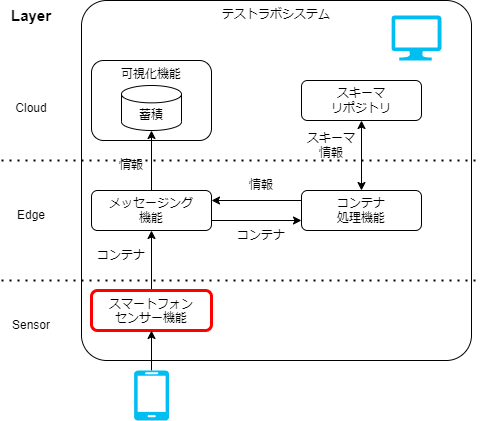
data-container-for-wearable-sensor/StartGuide keeps this draw.io diagram as docs/testlab_system/environment/overview_target8.drawio.png. Above is the earlier version. Source tidied: cells renumbered, new cells last; positions are measured from the earlier drawing's top-left corner, leaving out a move shared by most shapes. Its diagram source:
```xml
<mxGraphModel>
  <root>
    <mxCell id="0" />
    <mxCell id="1" parent="0" />
    <mxCell id="2" value="テストラボシステム" style="rounded=1;whiteSpace=wrap;html=1;fillColor=none;align=center;verticalAlign=top;arcSize=7;" parent="1" vertex="1">
      <mxGeometry x="80" width="390" height="360" as="geometry" />
    </mxCell>
    <mxCell id="3" style="edgeStyle=none;html=1;" parent="1" edge="1" source="4" target="6">
      <mxGeometry relative="1" as="geometry" />
    </mxCell>
    <mxCell id="4" value="&lt;span style=&quot;border-color: var(--border-color);&quot;&gt;スマートフォン&lt;/span&gt;&lt;br style=&quot;border-color: var(--border-color);&quot;&gt;&lt;span style=&quot;border-color: var(--border-color);&quot;&gt;センサー機能&lt;/span&gt;" style="rounded=1;whiteSpace=wrap;html=1;fillColor=none;verticalAlign=top;strokeColor=#FF0000;strokeWidth=3;" parent="1" vertex="1">
      <mxGeometry x="90" y="290" width="120" height="40" as="geometry" />
    </mxCell>
    <mxCell id="5" style="edgeStyle=none;html=1;" parent="1" edge="1" source="6" target="13">
      <mxGeometry relative="1" as="geometry" />
    </mxCell>
    <mxCell id="6" value="メッセージング&lt;br&gt;機能" style="rounded=1;whiteSpace=wrap;html=1;fillColor=none;" parent="1" vertex="1">
      <mxGeometry x="90" y="190" width="120" height="40" as="geometry" />
    </mxCell>
    <mxCell id="7" value="コンテナ&lt;br&gt;処理機能" style="rounded=1;whiteSpace=wrap;html=1;fillColor=none;" parent="1" vertex="1">
      <mxGeometry x="300" y="190" width="120" height="40" as="geometry" />
    </mxCell>
    <mxCell id="8" value="情報" style="text;html=1;strokeColor=none;fillColor=none;align=center;verticalAlign=middle;whiteSpace=wrap;rounded=0;" parent="1" vertex="1">
      <mxGeometry x="100" y="150" width="60" height="30" as="geometry" />
    </mxCell>
    <mxCell id="9" value="コンテナ" style="text;html=1;strokeColor=none;fillColor=none;align=center;verticalAlign=middle;whiteSpace=wrap;rounded=0;" parent="1" vertex="1">
      <mxGeometry x="90" y="240" width="60" height="30" as="geometry" />
    </mxCell>
    <mxCell id="10" style="endArrow=classic;html=1;exitX=1;exitY=0.75;exitDx=0;exitDy=0;entryX=0;entryY=0.75;entryDx=0;entryDy=0;" parent="1" edge="1" source="6" target="7">
      <mxGeometry relative="1" as="geometry" />
    </mxCell>
    <mxCell id="11" style="endArrow=classic;html=1;exitX=0;exitY=0.25;exitDx=0;exitDy=0;entryX=1;entryY=0.25;entryDx=0;entryDy=0;" parent="1" edge="1" source="7" target="6">
      <mxGeometry relative="1" as="geometry" />
    </mxCell>
    <mxCell id="12" value="スキーマ&lt;br&gt;リポジトリ" style="rounded=1;whiteSpace=wrap;html=1;fillColor=none;" parent="1" vertex="1">
      <mxGeometry x="300" y="80" width="120" height="40" as="geometry" />
    </mxCell>
    <mxCell id="13" value="蓄積" style="shape=cylinder3;whiteSpace=wrap;html=1;boundedLbl=1;backgroundOutline=1;size=8.676963806152344;" parent="1" vertex="1">
      <mxGeometry x="120" y="85" width="60" height="45" as="geometry" />
    </mxCell>
    <mxCell id="14" value="コンテナ" style="text;html=1;strokeColor=none;fillColor=none;align=center;verticalAlign=middle;whiteSpace=wrap;rounded=0;" parent="1" vertex="1">
      <mxGeometry x="230" y="220" width="60" height="30" as="geometry" />
    </mxCell>
    <mxCell id="15" value="情報" style="text;html=1;strokeColor=none;fillColor=none;align=center;verticalAlign=middle;whiteSpace=wrap;rounded=0;" parent="1" vertex="1">
      <mxGeometry x="230" y="170" width="60" height="30" as="geometry" />
    </mxCell>
    <mxCell id="16" value="スキーマ情報" style="text;html=1;strokeColor=none;fillColor=none;align=center;verticalAlign=middle;whiteSpace=wrap;rounded=0;" parent="1" vertex="1">
      <mxGeometry x="300" y="130" width="60" height="30" as="geometry" />
    </mxCell>
    <mxCell id="17" style="endArrow=classic;startArrow=classic;html=1;entryX=0.5;entryY=1;entryDx=0;entryDy=0;exitX=0.5;exitY=0;exitDx=0;exitDy=0;" parent="1" edge="1" source="7" target="12">
      <mxGeometry relative="1" as="geometry" />
    </mxCell>
    <mxCell id="18" style="edgeStyle=none;html=1;" parent="1" edge="1" source="19" target="4">
      <mxGeometry relative="1" as="geometry" />
    </mxCell>
    <mxCell id="19" style="verticalLabelPosition=bottom;html=1;verticalAlign=top;align=center;strokeColor=none;fillColor=#00BEF2;shape=mxgraph.azure.mobile;" parent="1" vertex="1">
      <mxGeometry x="132.5" y="370" width="35" height="50" as="geometry" />
    </mxCell>
    <mxCell id="20" style="verticalLabelPosition=bottom;html=1;verticalAlign=top;align=center;strokeColor=none;fillColor=#00BEF2;shape=mxgraph.azure.computer;" parent="1" vertex="1">
      <mxGeometry x="390" y="15" width="50" height="45" as="geometry" />
    </mxCell>
    <mxCell id="21" value="可視化機能" style="rounded=1;whiteSpace=wrap;html=1;fillColor=none;verticalAlign=top;" parent="1" vertex="1">
      <mxGeometry x="90" y="60" width="120" height="80" as="geometry" />
    </mxCell>
    <mxCell id="22" style="endArrow=none;dashed=1;html=1;dashPattern=1 3;strokeWidth=2;" parent="1" edge="1">
      <mxGeometry relative="1" as="geometry">
        <mxPoint y="160" as="sourcePoint" />
        <mxPoint x="480" y="160" as="targetPoint" />
      </mxGeometry>
    </mxCell>
    <mxCell id="23" style="endArrow=none;dashed=1;html=1;dashPattern=1 3;strokeWidth=2;" parent="1" edge="1">
      <mxGeometry relative="1" as="geometry">
        <mxPoint y="280" as="sourcePoint" />
        <mxPoint x="480" y="280" as="targetPoint" />
      </mxGeometry>
    </mxCell>
    <mxCell id="24" value="Cloud" style="text;html=1;strokeColor=none;fillColor=none;align=center;verticalAlign=middle;whiteSpace=wrap;rounded=0;" parent="1" vertex="1">
      <mxGeometry y="92.5" width="60" height="30" as="geometry" />
    </mxCell>
    <mxCell id="25" value="Layer" style="text;html=1;strokeColor=none;fillColor=none;align=center;verticalAlign=middle;whiteSpace=wrap;rounded=0;fontStyle=1;fontSize=15;" parent="1" vertex="1">
      <mxGeometry width="60" height="30" as="geometry" />
    </mxCell>
    <mxCell id="26" value="Edge" style="text;html=1;strokeColor=none;fillColor=none;align=center;verticalAlign=middle;whiteSpace=wrap;rounded=0;" parent="1" vertex="1">
      <mxGeometry y="200" width="60" height="30" as="geometry" />
    </mxCell>
    <mxCell id="27" value="Sensor" style="text;html=1;strokeColor=none;fillColor=none;align=center;verticalAlign=middle;whiteSpace=wrap;rounded=0;" parent="1" vertex="1">
      <mxGeometry y="310" width="60" height="30" as="geometry" />
    </mxCell>
  </root>
</mxGraphModel>
```
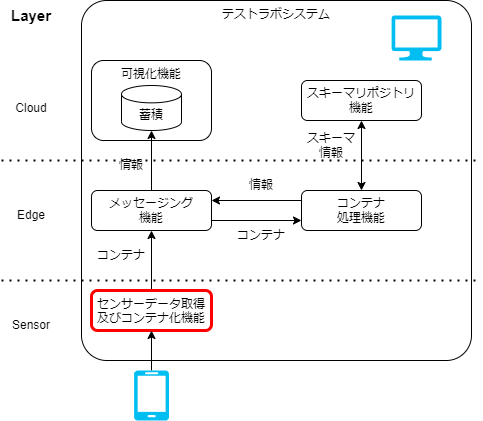
The same file after the commit.

The edit, as a diff of the source:
```diff
@@ -8,7 +8,7 @@
     <mxCell id="3" style="edgeStyle=none;html=1;" parent="1" edge="1" source="4" target="6">
       <mxGeometry relative="1" as="geometry" />
     </mxCell>
-    <mxCell id="4" value="&lt;span style=&quot;border-color: var(--border-color);&quot;&gt;スマートフォン&lt;/span&gt;&lt;br style=&quot;border-color: var(--border-color);&quot;&gt;&lt;span style=&quot;border-color: var(--border-color);&quot;&gt;センサー機能&lt;/span&gt;" style="rounded=1;whiteSpace=wrap;html=1;fillColor=none;verticalAlign=top;strokeColor=#FF0000;strokeWidth=3;" parent="1" vertex="1">
+    <mxCell id="4" value="センサーデータ取得及びコンテナ化機能" style="rounded=1;whiteSpace=wrap;html=1;fillColor=none;verticalAlign=top;strokeColor=#FF0000;strokeWidth=3;" parent="1" vertex="1">
       <mxGeometry x="90" y="290" width="120" height="40" as="geometry" />
     </mxCell>
     <mxCell id="5" style="edgeStyle=none;html=1;" parent="1" edge="1" source="6" target="13">
@@ -32,7 +32,7 @@
     <mxCell id="11" style="endArrow=classic;html=1;exitX=0;exitY=0.25;exitDx=0;exitDy=0;entryX=1;entryY=0.25;entryDx=0;entryDy=0;" parent="1" edge="1" source="7" target="6">
       <mxGeometry relative="1" as="geometry" />
     </mxCell>
-    <mxCell id="12" value="スキーマ&lt;br&gt;リポジトリ" style="rounded=1;whiteSpace=wrap;html=1;fillColor=none;" parent="1" vertex="1">
+    <mxCell id="12" value="スキーマリポジトリ機能" style="rounded=1;whiteSpace=wrap;html=1;fillColor=none;" parent="1" vertex="1">
       <mxGeometry x="300" y="80" width="120" height="40" as="geometry" />
     </mxCell>
     <mxCell id="13" value="蓄積" style="shape=cylinder3;whiteSpace=wrap;html=1;boundedLbl=1;backgroundOutline=1;size=8.676963806152344;" parent="1" vertex="1">
```
